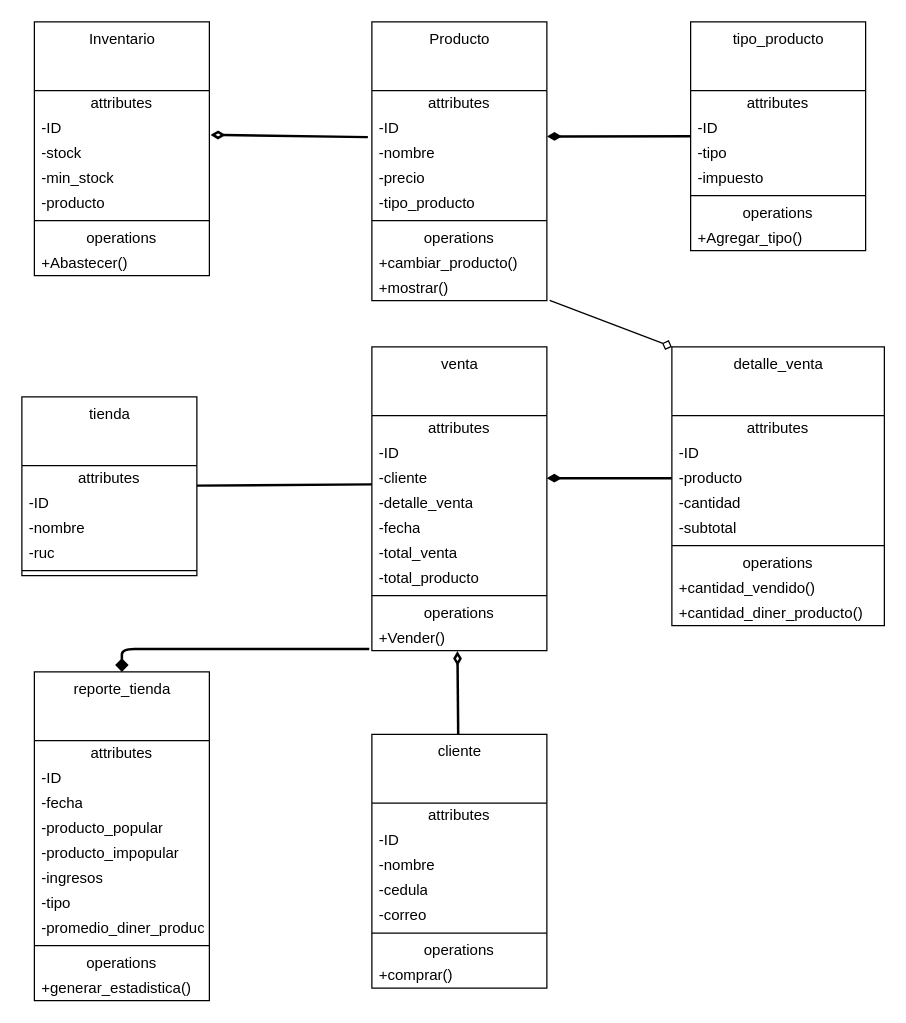
Earlier version of the draw.io diagram drawio/proyecto.drawio (RoChuquiana7845/TareaPOO1). Source tidied: cells renumbered, new cells numbered last; positions are measured from the earlier drawing's top-left corner, leaving out a move shared by most shapes. Both pictures are drawn from the tidied source at 125%, with x=0, y=0 at pixel (21, 21).
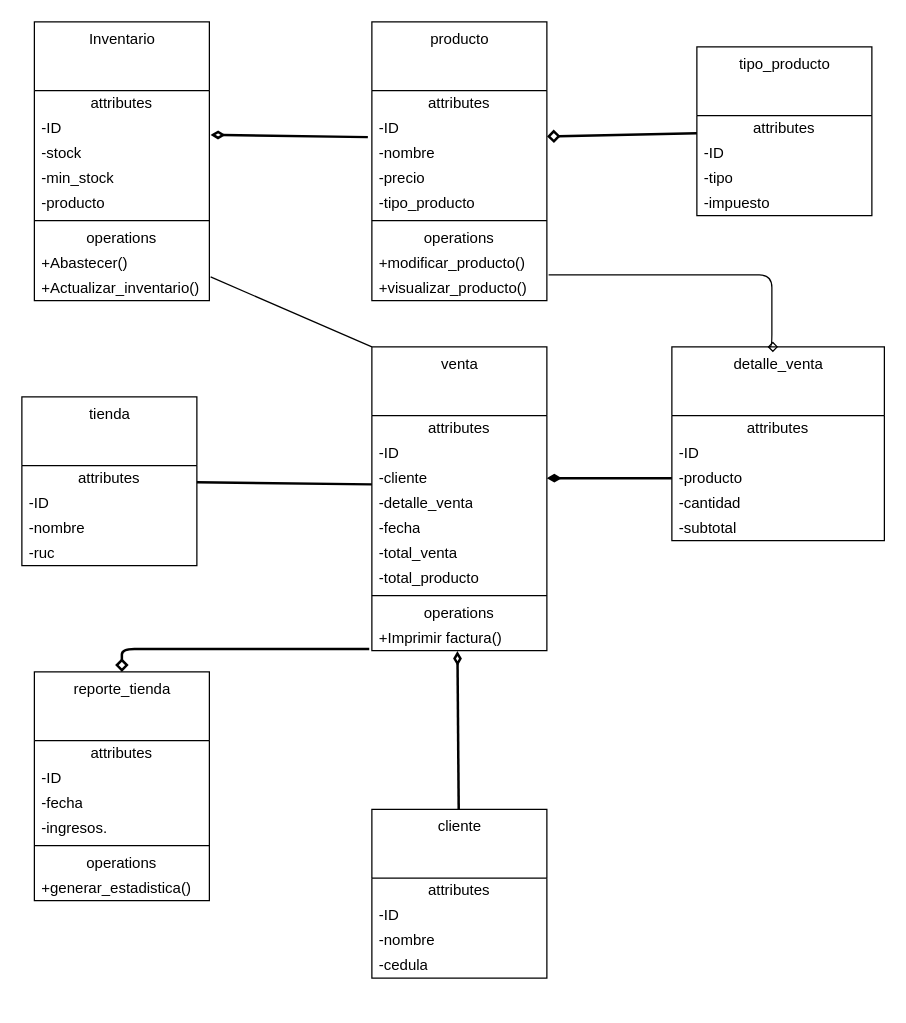
Above is the later version.

The change refers to these unchanged cells:
```xml
<mxCell id="11" value="+Abastecer()" style="text;html=1;strokeColor=none;fillColor=none;align=left;verticalAlign=middle;spacingLeft=4;spacingRight=4;overflow=hidden;points=[[0,0.5],[1,0.5]];portConstraint=eastwest;" parent="3" vertex="1">
  <mxGeometry y="183" width="140" height="20" as="geometry" />
</mxCell>
<mxCell id="14" value="-ID" style="text;html=1;strokeColor=none;fillColor=none;align=left;verticalAlign=middle;spacingLeft=4;spacingRight=4;overflow=hidden;points=[[0,0.5],[1,0.5]];portConstraint=eastwest;" parent="12" vertex="1">
  <mxGeometry y="75" width="140" height="20" as="geometry" />
</mxCell>
<mxCell id="29" value="venta" style="swimlane;fontStyle=0;align=center;verticalAlign=top;horizontal=1;startSize=55;html=1;" parent="1" vertex="1">
  <mxGeometry x="280" y="260" width="140" height="243" as="geometry" />
</mxCell>
```

What changed in the source:
```diff
@@
     <mxCell id="3" value="Inventario" style="swimlane;fontStyle=0;align=center;verticalAlign=top;horizontal=1;startSize=55;html=1;" parent="1" vertex="1">
-      <mxGeometry x="10" width="140" height="203" as="geometry" />
+      <mxGeometry x="10" width="140" height="223" as="geometry" />
     </mxCell>
@@
+    <mxCell id="84" value="+Actualizar_inventario()" style="text;html=1;strokeColor=none;fillColor=none;align=left;verticalAlign=middle;spacingLeft=4;spacingRight=4;overflow=hidden;" parent="3" vertex="1">
+      <mxGeometry y="203" width="140" height="20" as="geometry" />
+    </mxCell>
-    <mxCell id="12" value="Producto" style="swimlane;fontStyle=0;align=center;verticalAlign=top;horizontal=1;startSize=55;html=1;" parent="1" vertex="1">
+    <mxCell id="12" value="producto" style="swimlane;fontStyle=0;align=center;verticalAlign=top;horizontal=1;startSize=55;html=1;" parent="1" vertex="1">
       <mxGeometry x="280" width="140" height="223" as="geometry" />
     </mxCell>
@@
-    <mxCell id="20" value="+cambiar_producto()" style="text;html=1;strokeColor=none;fillColor=none;align=left;verticalAlign=middle;spacingLeft=4;spacingRight=4;overflow=hidden;points=[[0,0.5],[1,0.5]];portConstraint=eastwest;" parent="12" vertex="1">
+    <mxCell id="20" value="+modificar_producto()" style="text;html=1;strokeColor=none;fillColor=none;align=left;verticalAlign=middle;spacingLeft=4;spacingRight=4;overflow=hidden;points=[[0,0.5],[1,0.5]];portConstraint=eastwest;" parent="12" vertex="1">
       <mxGeometry y="183" width="140" height="20" as="geometry" />
     </mxCell>
-    <mxCell id="21" value="+mostrar()" style="text;html=1;strokeColor=none;fillColor=none;align=left;verticalAlign=middle;spacingLeft=4;spacingRight=4;overflow=hidden;points=[[0,0.5],[1,0.5]];portConstraint=eastwest;" parent="12" vertex="1">
-      <mxGeometry y="203" width="140" height="20" as="geometry" />
-    </mxCell>
+    <mxCell id="85" value="+visualizar_producto()" style="text;html=1;strokeColor=none;fillColor=none;align=left;verticalAlign=middle;spacingLeft=4;spacingRight=4;overflow=hidden;" parent="12" vertex="1">
+      <mxGeometry y="203" width="140" height="20" as="geometry" />
+    </mxCell>
@@
     <mxCell id="23" value="tienda" style="swimlane;fontStyle=0;align=center;verticalAlign=top;horizontal=1;startSize=55;html=1;" parent="1" vertex="1">
-      <mxGeometry y="300" width="140" height="143" as="geometry" />
+      <mxGeometry y="300" width="140" height="135" as="geometry" />
     </mxCell>
@@
-    <mxCell id="28" style="line;strokeWidth=1;fillColor=none;align=left;verticalAlign=middle;spacingTop=-1;spacingLeft=3;spacingRight=3;labelPosition=right;" parent="23" vertex="1">
-      <mxGeometry y="135" width="140" height="8" as="geometry" />
-    </mxCell>
+    <mxCell id="86" style="html=1;exitX=0;exitY=0;exitDx=0;exitDy=0;endArrow=none;endFill=0;entryX=1.007;entryY=1.05;entryDx=0;entryDy=0;entryPerimeter=0;" parent="1" edge="1" source="29" target="11">
+      <mxGeometry relative="1" as="geometry" />
+    </mxCell>
@@
-    <mxCell id="39" value="+Vender()" style="text;html=1;strokeColor=none;fillColor=none;align=left;verticalAlign=middle;spacingLeft=4;spacingRight=4;overflow=hidden;points=[[0,0.5],[1,0.5]];portConstraint=eastwest;" parent="29" vertex="1">
+    <mxCell id="39" value="+Imprimir factura()" style="text;html=1;strokeColor=none;fillColor=none;align=left;verticalAlign=middle;spacingLeft=4;spacingRight=4;overflow=hidden;points=[[0,0.5],[1,0.5]];portConstraint=eastwest;" parent="29" vertex="1">
       <mxGeometry y="223" width="140" height="20" as="geometry" />
     </mxCell>
@@
     <mxCell id="41" value="cliente" style="swimlane;fontStyle=0;align=center;verticalAlign=top;horizontal=1;startSize=55;html=1;" parent="1" vertex="1">
-      <mxGeometry x="280" y="570" width="140" height="203" as="geometry" />
+      <mxGeometry x="280" y="630" width="140" height="135" as="geometry" />
     </mxCell>
@@
-    <mxCell id="46" value="-correo" style="text;html=1;strokeColor=none;fillColor=none;align=left;verticalAlign=middle;spacingLeft=4;spacingRight=4;overflow=hidden;" parent="41" vertex="1">
-      <mxGeometry y="135" width="140" height="20" as="geometry" />
-    </mxCell>
-    <mxCell id="47" style="line;strokeWidth=1;fillColor=none;align=left;verticalAlign=middle;spacingTop=-1;spacingLeft=3;spacingRight=3;labelPosition=right;" parent="41" vertex="1">
-      <mxGeometry y="155" width="140" height="8" as="geometry" />
-    </mxCell>
-    <mxCell id="48" value="operations" style="text;html=1;strokeColor=none;fillColor=none;align=center;verticalAlign=middle;spacingLeft=4;spacingRight=4;overflow=hidden;" parent="41" vertex="1">
-      <mxGeometry y="163" width="140" height="20" as="geometry" />
-    </mxCell>
-    <mxCell id="49" value="+comprar()" style="text;html=1;strokeColor=none;fillColor=none;align=left;verticalAlign=middle;spacingLeft=4;spacingRight=4;overflow=hidden;" parent="41" vertex="1">
-      <mxGeometry y="183" width="140" height="20" as="geometry" />
-    </mxCell>
-    <mxCell id="50" style="edgeStyle=orthogonalEdgeStyle;html=1;entryX=-0.015;entryY=0.936;entryDx=0;entryDy=0;entryPerimeter=0;strokeWidth=2;startArrow=diamond;startFill=1;endArrow=none;endFill=0;" parent="1" edge="1" source="51" target="39">
+    <mxCell id="50" style="edgeStyle=orthogonalEdgeStyle;html=1;entryX=-0.015;entryY=0.936;entryDx=0;entryDy=0;entryPerimeter=0;strokeWidth=2;startArrow=diamond;startFill=0;endArrow=none;endFill=0;" parent="1" edge="1" source="51" target="39">
       <mxGeometry relative="1" as="geometry" />
     </mxCell>
     <mxCell id="51" value="reporte_tienda" style="swimlane;fontStyle=0;align=center;verticalAlign=top;horizontal=1;startSize=55;html=1;" parent="1" vertex="1">
-      <mxGeometry x="10" y="520" width="140" height="263" as="geometry" />
+      <mxGeometry x="10" y="520" width="140" height="183" as="geometry" />
     </mxCell>
@@
-    <mxCell id="55" value="-producto_popular" style="text;html=1;strokeColor=none;fillColor=none;align=left;verticalAlign=middle;spacingLeft=4;spacingRight=4;overflow=hidden;" parent="51" vertex="1">
-      <mxGeometry y="115" width="140" height="20" as="geometry" />
-    </mxCell>
-    <mxCell id="56" value="-producto_impopular" style="text;html=1;strokeColor=none;fillColor=none;align=left;verticalAlign=middle;spacingLeft=4;spacingRight=4;overflow=hidden;" parent="51" vertex="1">
-      <mxGeometry y="135" width="140" height="20" as="geometry" />
-    </mxCell>
-    <mxCell id="57" value="-ingresos" style="text;html=1;strokeColor=none;fillColor=none;align=left;verticalAlign=middle;spacingLeft=4;spacingRight=4;overflow=hidden;" parent="51" vertex="1">
-      <mxGeometry y="155" width="140" height="20" as="geometry" />
-    </mxCell>
-    <mxCell id="58" value="-tipo" style="text;html=1;strokeColor=none;fillColor=none;align=left;verticalAlign=middle;spacingLeft=4;spacingRight=4;overflow=hidden;" parent="51" vertex="1">
-      <mxGeometry y="175" width="140" height="20" as="geometry" />
-    </mxCell>
-    <mxCell id="59" value="-promedio_diner_produc" style="text;html=1;strokeColor=none;fillColor=none;align=left;verticalAlign=middle;spacingLeft=4;spacingRight=4;overflow=hidden;" parent="51" vertex="1">
-      <mxGeometry y="195" width="140" height="20" as="geometry" />
-    </mxCell>
+    <mxCell id="87" value="-ingresos." style="text;html=1;strokeColor=none;fillColor=none;align=left;verticalAlign=middle;spacingLeft=4;spacingRight=4;overflow=hidden;" parent="51" vertex="1">
+      <mxGeometry y="115" width="140" height="20" as="geometry" />
+    </mxCell>
     <mxCell id="60" style="line;strokeWidth=1;fillColor=none;align=left;verticalAlign=middle;spacingTop=-1;spacingLeft=3;spacingRight=3;labelPosition=right;" parent="51" vertex="1">
-      <mxGeometry y="215" width="140" height="8" as="geometry" />
+      <mxGeometry y="135" width="140" height="8" as="geometry" />
     </mxCell>
     <mxCell id="61" value="operations" style="text;html=1;strokeColor=none;fillColor=none;align=center;verticalAlign=middle;spacingLeft=4;spacingRight=4;overflow=hidden;" parent="51" vertex="1">
-      <mxGeometry y="223" width="140" height="20" as="geometry" />
+      <mxGeometry y="143" width="140" height="20" as="geometry" />
     </mxCell>
     <mxCell id="62" value="+generar_estadistica()" style="text;html=1;strokeColor=none;fillColor=none;align=left;verticalAlign=middle;spacingLeft=4;spacingRight=4;overflow=hidden;" parent="51" vertex="1">
-      <mxGeometry y="243" width="140" height="20" as="geometry" />
+      <mxGeometry y="163" width="140" height="20" as="geometry" />
     </mxCell>
-    <mxCell id="63" style="edgeStyle=none;html=1;entryX=1.001;entryY=0.833;entryDx=0;entryDy=0;entryPerimeter=0;strokeWidth=2;endArrow=diamondThin;endFill=1;" parent="1" edge="1" source="64" target="14">
+    <mxCell id="63" style="edgeStyle=none;html=1;entryX=1.001;entryY=0.833;entryDx=0;entryDy=0;entryPerimeter=0;strokeWidth=2;endArrow=diamond;endFill=0;" parent="1" edge="1" source="64" target="14">
       <mxGeometry relative="1" as="geometry" />
     </mxCell>
     <mxCell id="64" value="tipo_producto" style="swimlane;fontStyle=0;align=center;verticalAlign=top;horizontal=1;startSize=55;html=1;" parent="1" vertex="1">
-      <mxGeometry x="535" width="140" height="183" as="geometry" />
+      <mxGeometry x="540" y="20" width="140" height="135" as="geometry" />
     </mxCell>
@@
-    <mxCell id="69" style="line;strokeWidth=1;fillColor=none;align=left;verticalAlign=middle;spacingTop=-1;spacingLeft=3;spacingRight=3;labelPosition=right;" parent="64" vertex="1">
-      <mxGeometry y="135" width="140" height="8" as="geometry" />
-    </mxCell>
-    <mxCell id="70" value="operations" style="text;html=1;strokeColor=none;fillColor=none;align=center;verticalAlign=middle;spacingLeft=4;spacingRight=4;overflow=hidden;" parent="64" vertex="1">
-      <mxGeometry y="143" width="140" height="20" as="geometry" />
-    </mxCell>
-    <mxCell id="71" value="+Agregar_tipo()" style="text;html=1;strokeColor=none;fillColor=none;align=left;verticalAlign=middle;spacingLeft=4;spacingRight=4;overflow=hidden;" parent="64" vertex="1">
-      <mxGeometry y="163" width="140" height="20" as="geometry" />
-    </mxCell>
     <mxCell id="72" value="detalle_venta" style="swimlane;fontStyle=0;align=center;verticalAlign=top;horizontal=1;startSize=55;html=1;" parent="1" vertex="1">
-      <mxGeometry x="520" y="260" width="170" height="223" as="geometry" />
+      <mxGeometry x="520" y="260" width="170" height="155" as="geometry" />
     </mxCell>
@@
-    <mxCell id="78" style="line;strokeWidth=1;fillColor=none;align=left;verticalAlign=middle;spacingTop=-1;spacingLeft=3;spacingRight=3;labelPosition=right;" parent="72" vertex="1">
-      <mxGeometry y="155" width="170" height="8" as="geometry" />
-    </mxCell>
-    <mxCell id="79" value="operations" style="text;html=1;strokeColor=none;fillColor=none;align=center;verticalAlign=middle;spacingLeft=4;spacingRight=4;overflow=hidden;" parent="72" vertex="1">
-      <mxGeometry y="163" width="170" height="20" as="geometry" />
-    </mxCell>
-    <mxCell id="80" value="+cantidad_vendido()" style="text;html=1;strokeColor=none;fillColor=none;align=left;verticalAlign=middle;spacingLeft=4;spacingRight=4;overflow=hidden;" parent="72" vertex="1">
-      <mxGeometry y="183" width="170" height="20" as="geometry" />
-    </mxCell>
-    <mxCell id="81" value="+cantidad_diner_producto()" style="text;html=1;strokeColor=none;fillColor=none;align=left;verticalAlign=middle;spacingLeft=4;spacingRight=4;overflow=hidden;" parent="72" vertex="1">
-      <mxGeometry y="203" width="170" height="20" as="geometry" />
-    </mxCell>
@@
-    <mxCell id="83" style="edgeStyle=none;html=1;entryX=0;entryY=0;entryDx=0;entryDy=0;startArrow=none;startFill=0;endArrow=diamond;endFill=0;exitX=1.016;exitY=0.99;exitDx=0;exitDy=0;exitPerimeter=0;" parent="1" edge="1" source="21" target="72">
-      <mxGeometry relative="1" as="geometry" />
+    <mxCell id="83" style="edgeStyle=elbowEdgeStyle;html=1;entryX=0.5;entryY=0;entryDx=0;entryDy=0;startArrow=none;startFill=0;endArrow=diamond;endFill=0;exitX=1.01;exitY=0.97;exitDx=0;exitDy=0;exitPerimeter=0;" parent="1" edge="1" source="20" target="72">
+      <mxGeometry relative="1" as="geometry">
+        <Array as="points">
+          <mxPoint x="600" y="230" />
+        </Array>
+      </mxGeometry>
     </mxCell>
```
